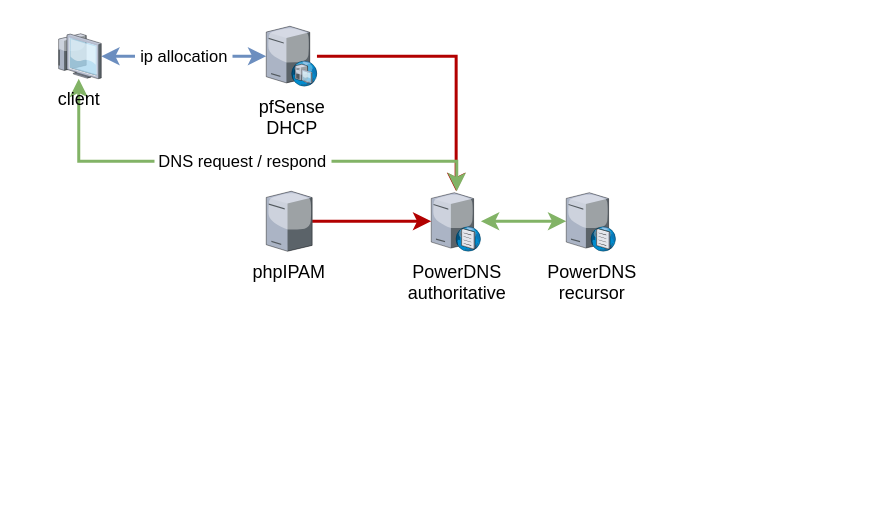
jhatala-myth/ip-mgmt keeps this draw.io diagram as ip_mgmt.drawio. Above is the earlier version. Source tidied: cells renumbered, new cells numbered last; positions are measured from the earlier drawing's top-left corner, leaving out a move shared by most shapes. Both pictures are drawn from the tidied source at 150%, with x=0, y=0 at pixel (56, 26).
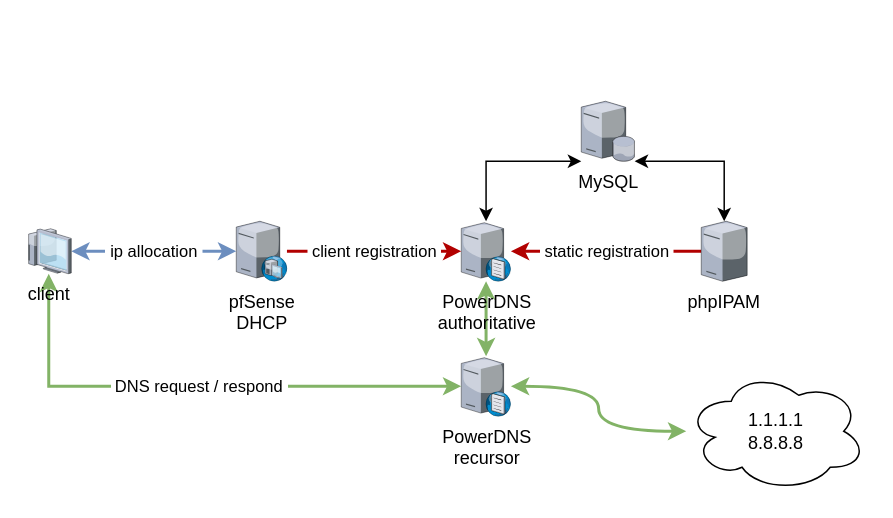
After the change.

Diff of the diagram source:
```diff
@@
+    <mxCell id="12" style="edgeStyle=elbowEdgeStyle;rounded=0;jettySize=auto;html=1;strokeWidth=1;startArrow=classic;startFill=1;elbow=vertical;" parent="1" edge="1" source="3" target="16">
+      <mxGeometry relative="1" as="geometry">
+        <Array as="points">
+          <mxPoint x="330" y="90" />
+        </Array>
+      </mxGeometry>
+    </mxCell>
     <mxCell id="3" value="PowerDNS&lt;br&gt;authoritative" style="verticalLabelPosition=bottom;sketch=0;html=1;verticalAlign=top;strokeColor=none;align=center;outlineConnect=0;shape=mxgraph.citrix.dns_server;" parent="1" vertex="1">
-      <mxGeometry x="250" y="110" width="33.1" height="40" as="geometry" />
+      <mxGeometry x="270" y="130" width="33.1" height="40" as="geometry" />
     </mxCell>
+    <mxCell id="13" style="edgeStyle=orthogonalEdgeStyle;rounded=0;jettySize=auto;html=1;curved=1;fillColor=#d5e8d4;strokeColor=#82b366;strokeWidth=2;startArrow=classic;startFill=1;" parent="1" edge="1" source="4" target="15">
+      <mxGeometry relative="1" as="geometry" />
+    </mxCell>
     <mxCell id="4" value="PowerDNS&lt;br&gt;recursor" style="verticalLabelPosition=bottom;sketch=0;html=1;verticalAlign=top;strokeColor=none;align=center;outlineConnect=0;shape=mxgraph.citrix.dns_server;" parent="1" vertex="1">
-      <mxGeometry x="340" y="110" width="33.1" height="40" as="geometry" />
+      <mxGeometry x="270" y="220" width="33.1" height="40" as="geometry" />
     </mxCell>
-    <mxCell id="5" style="edgeStyle=orthogonalEdgeStyle;rounded=0;jettySize=auto;html=1;fillColor=#e51400;strokeColor=#B20000;strokeWidth=2;" parent="1" edge="1" source="6" target="3">
+    <mxCell id="5" value="&amp;nbsp;client registration&amp;nbsp;" style="edgeStyle=orthogonalEdgeStyle;rounded=0;jettySize=auto;html=1;fillColor=#e51400;strokeColor=#B20000;strokeWidth=2;" parent="1" edge="1" source="6" target="3">
       <mxGeometry relative="1" as="geometry" />
     </mxCell>
     <mxCell id="6" value="pfSense&lt;br&gt;DHCP" style="verticalLabelPosition=bottom;sketch=0;html=1;verticalAlign=top;strokeColor=none;align=center;outlineConnect=0;shape=mxgraph.citrix.dhcp_server;" parent="1" vertex="1">
-      <mxGeometry x="140" width="33.8" height="40" as="geometry" />
+      <mxGeometry x="120" y="130" width="33.8" height="40" as="geometry" />
     </mxCell>
-    <mxCell id="7" style="edgeStyle=orthogonalEdgeStyle;rounded=0;jettySize=auto;html=1;fillColor=#e51400;strokeColor=#B20000;strokeWidth=2;" parent="1" edge="1" source="8" target="3">
+    <mxCell id="7" value="&amp;nbsp;static registration&amp;nbsp;" style="edgeStyle=orthogonalEdgeStyle;rounded=0;jettySize=auto;html=1;fillColor=#e51400;strokeColor=#B20000;strokeWidth=2;" parent="1" edge="1" source="8" target="3">
       <mxGeometry relative="1" as="geometry" />
     </mxCell>
+    <mxCell id="14" style="edgeStyle=elbowEdgeStyle;rounded=0;jettySize=auto;html=1;strokeWidth=1;startArrow=classic;startFill=1;elbow=vertical;" parent="1" edge="1" source="8" target="16">
+      <mxGeometry relative="1" as="geometry">
+        <Array as="points">
+          <mxPoint x="410" y="90" />
+        </Array>
+      </mxGeometry>
+    </mxCell>
     <mxCell id="8" value="phpIPAM" style="verticalLabelPosition=bottom;sketch=0;html=1;verticalAlign=top;strokeColor=none;align=center;outlineConnect=0;shape=mxgraph.citrix.tower_server;" parent="1" vertex="1">
-      <mxGeometry x="140" y="110" width="30.6" height="40" as="geometry" />
+      <mxGeometry x="430" y="130" width="30.6" height="40" as="geometry" />
     </mxCell>
@@
-    <mxCell id="10" value="&amp;nbsp;DNS request / respond&amp;nbsp;" style="edgeStyle=orthogonalEdgeStyle;rounded=0;jettySize=auto;html=1;startArrow=classic;startFill=1;fillColor=#d5e8d4;strokeColor=#82b366;strokeWidth=2;" parent="1" edge="1" source="11" target="3">
+    <mxCell id="10" value="&amp;nbsp;DNS request / respond&amp;nbsp;" style="edgeStyle=elbowEdgeStyle;rounded=0;jettySize=auto;html=1;startArrow=classic;startFill=1;fillColor=#d5e8d4;strokeColor=#82b366;strokeWidth=2;elbow=vertical;" parent="1" edge="1" source="11" target="4">
       <mxGeometry relative="1" as="geometry">
         <Array as="points">
-          <mxPoint x="15" y="90" />
-          <mxPoint x="267" y="90" />
+          <mxPoint x="140" y="240" />
         </Array>
       </mxGeometry>
     </mxCell>
     <mxCell id="11" value="client" style="verticalLabelPosition=bottom;sketch=0;html=1;verticalAlign=top;strokeColor=none;align=center;outlineConnect=0;shape=mxgraph.citrix.thin_client;" parent="1" vertex="1">
-      <mxGeometry y="5" width="30" height="30" as="geometry" />
+      <mxGeometry x="-20" y="135" width="30" height="30" as="geometry" />
     </mxCell>
+    <mxCell id="15" value="1.1.1.1&lt;br&gt;8.8.8.8" style="ellipse;shape=cloud;whiteSpace=wrap;html=1;" parent="1" vertex="1">
+      <mxGeometry x="420" y="230" width="120" height="80" as="geometry" />
+    </mxCell>
+    <mxCell id="16" value="MySQL" style="verticalLabelPosition=bottom;sketch=0;html=1;verticalAlign=top;strokeColor=none;align=center;outlineConnect=0;shape=mxgraph.citrix.database_server;" parent="1" vertex="1">
+      <mxGeometry x="350" y="50" width="35.6" height="40" as="geometry" />
+    </mxCell>
```
